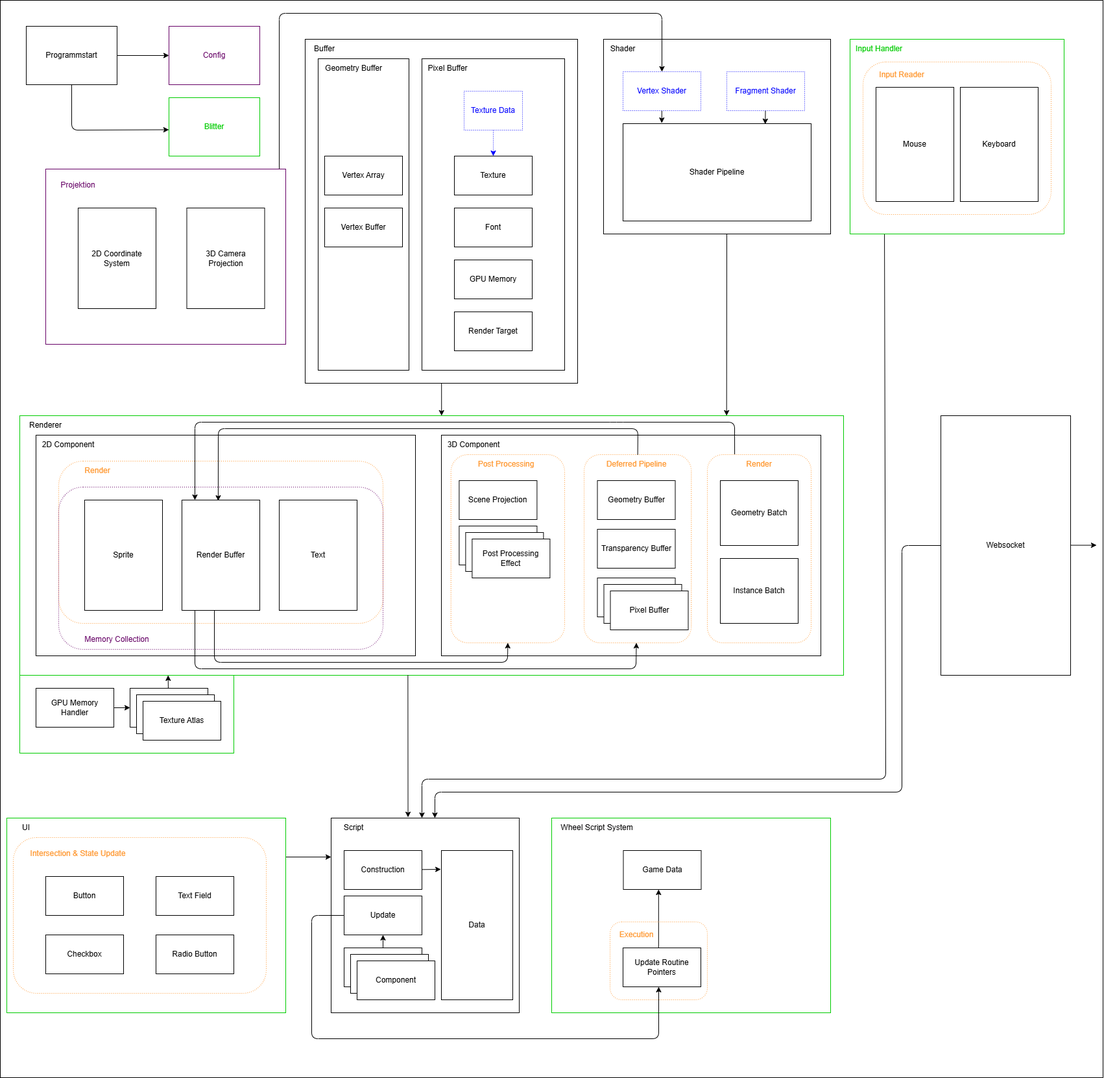
ptxcy/SOSE25-Projekt keeps this draw.io diagram as client/Dataflow.png. Above is the earlier version. Source tidied: cells renumbered, new cells last; positions are measured from the earlier drawing's top-left corner, leaving out a move shared by most shapes.
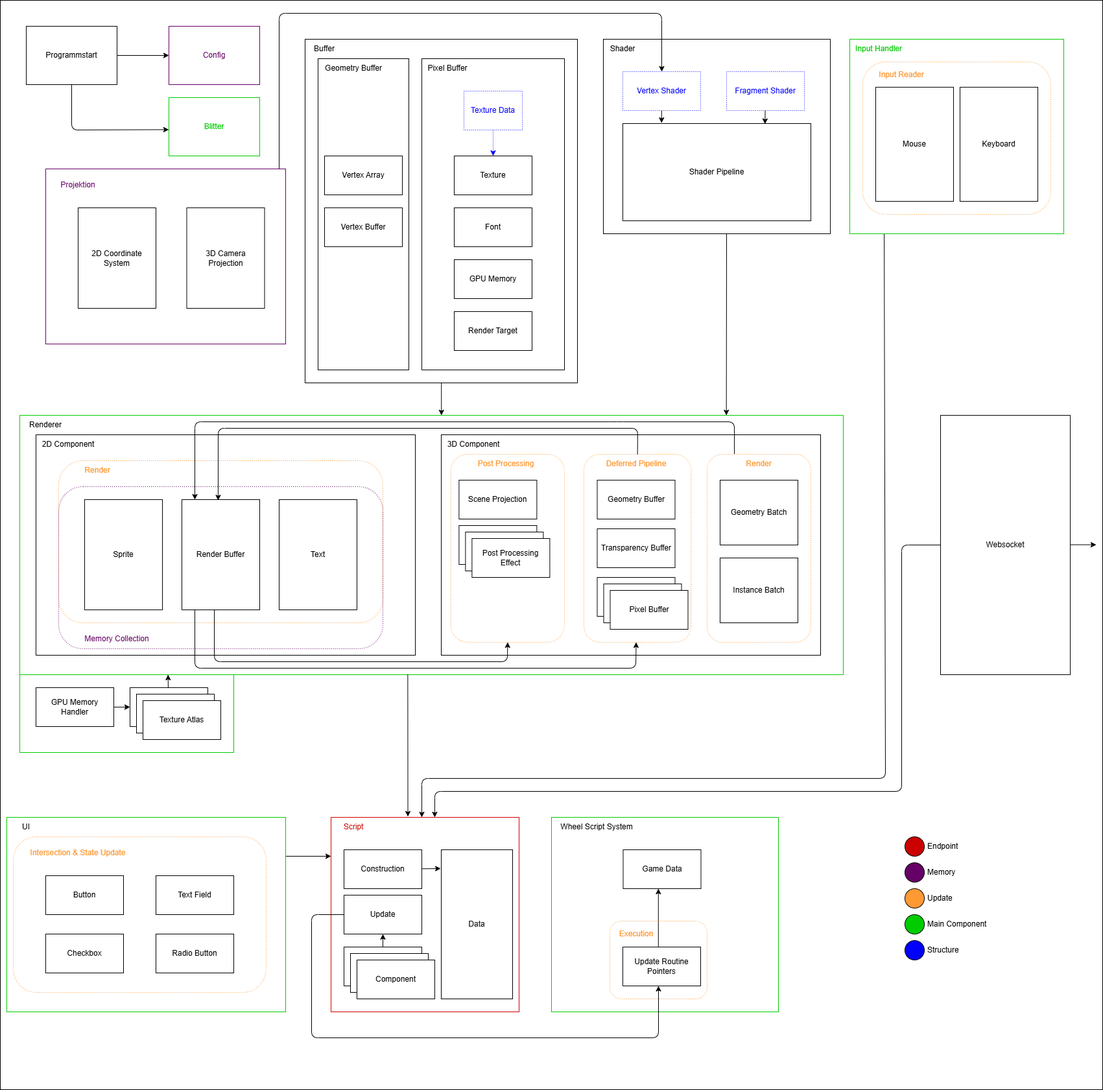
The same diagram one commit later.

The edit, as a diff of the source:
```diff
@@ -2,9 +2,9 @@
   <root>
     <mxCell id="0" />
     <mxCell id="1" parent="0" />
-    <mxCell id="2" style="rounded=0;whiteSpace=wrap;html=1;" parent="1" vertex="1">
-      <mxGeometry width="1700" height="1660" as="geometry" />
-    </mxCell>
+    <mxCell id="115" style="rounded=0;whiteSpace=wrap;html=1;" parent="1" vertex="1">
+      <mxGeometry width="1700" height="1680" as="geometry" />
+    </mxCell>
     <mxCell id="3" style="rounded=0;whiteSpace=wrap;html=1;strokeColor=#00CC00;" parent="1" vertex="1">
       <mxGeometry x="30" y="640" width="1270" height="400" as="geometry" />
     </mxCell>
@@ -181,7 +181,7 @@
       <mxGeometry x="10" y="1260" width="60" height="30" as="geometry" />
     </mxCell>
     <mxCell id="56" style="rounded=0;whiteSpace=wrap;html=1;strokeColor=#00CC00;" parent="1" vertex="1">
-      <mxGeometry x="850" y="1260" width="430" height="300" as="geometry" />
+      <mxGeometry x="850" y="1260" width="350" height="300" as="geometry" />
     </mxCell>
     <mxCell id="57" value="Wheel Script System" style="text;html=1;align=center;verticalAlign=middle;whiteSpace=wrap;rounded=0;" parent="1" vertex="1">
       <mxGeometry x="850" y="1260" width="140" height="30" as="geometry" />
@@ -201,10 +201,10 @@
     <mxCell id="62" value="&lt;font style=&quot;color: rgb(255, 153, 51);&quot;&gt;Intersection &amp;amp; State Update&lt;/font&gt;" style="text;html=1;align=center;verticalAlign=middle;whiteSpace=wrap;rounded=0;" parent="1" vertex="1">
       <mxGeometry x="45" y="1300" width="150" height="30" as="geometry" />
     </mxCell>
-    <mxCell id="63" style="rounded=0;whiteSpace=wrap;html=1;" parent="1" vertex="1">
+    <mxCell id="63" style="rounded=0;whiteSpace=wrap;html=1;strokeColor=#CC0000;" parent="1" vertex="1">
       <mxGeometry x="510" y="1260" width="290" height="300" as="geometry" />
     </mxCell>
-    <mxCell id="64" value="Script" style="text;html=1;align=center;verticalAlign=middle;whiteSpace=wrap;rounded=0;" parent="1" vertex="1">
+    <mxCell id="64" value="&lt;font style=&quot;color: rgb(204, 0, 0);&quot;&gt;Script&lt;/font&gt;" style="text;html=1;align=center;verticalAlign=middle;whiteSpace=wrap;rounded=0;" parent="1" vertex="1">
       <mxGeometry x="510" y="1260" width="70" height="30" as="geometry" />
     </mxCell>
     <mxCell id="65" style="edgeStyle=none;html=1;entryX=-0.008;entryY=0.126;entryDx=0;entryDy=0;entryPerimeter=0;" parent="1" edge="1" source="66" target="71">
@@ -411,5 +411,35 @@
     <mxCell id="114" style="endArrow=classic;html=1;entryX=0.693;entryY=0;entryDx=0;entryDy=0;entryPerimeter=0;exitX=0.491;exitY=-0.007;exitDx=0;exitDy=0;exitPerimeter=0;" parent="1" edge="1" source="111" target="108">
       <mxGeometry relative="1" as="geometry" />
     </mxCell>
+    <mxCell id="116" style="ellipse;whiteSpace=wrap;html=1;fillColor=#CC0000;" parent="1" vertex="1">
+      <mxGeometry x="1395" y="1290" width="30" height="30" as="geometry" />
+    </mxCell>
+    <mxCell id="117" style="ellipse;whiteSpace=wrap;html=1;fillColor=#660066;" parent="1" vertex="1">
+      <mxGeometry x="1395" y="1330" width="30" height="30" as="geometry" />
+    </mxCell>
+    <mxCell id="118" style="ellipse;whiteSpace=wrap;html=1;fillColor=#FF9933;" parent="1" vertex="1">
+      <mxGeometry x="1395" y="1370" width="30" height="30" as="geometry" />
+    </mxCell>
+    <mxCell id="119" style="ellipse;whiteSpace=wrap;html=1;fillColor=#00CC00;" parent="1" vertex="1">
+      <mxGeometry x="1395" y="1410" width="30" height="30" as="geometry" />
+    </mxCell>
+    <mxCell id="120" value="Endpoint" style="text;html=1;align=left;verticalAlign=middle;whiteSpace=wrap;rounded=0;" parent="1" vertex="1">
+      <mxGeometry x="1428" y="1290" width="60" height="30" as="geometry" />
+    </mxCell>
+    <mxCell id="121" value="Update" style="text;html=1;align=left;verticalAlign=middle;whiteSpace=wrap;rounded=0;" parent="1" vertex="1">
+      <mxGeometry x="1428" y="1370" width="60" height="30" as="geometry" />
+    </mxCell>
+    <mxCell id="122" value="Main Component" style="text;html=1;align=left;verticalAlign=middle;whiteSpace=wrap;rounded=0;" parent="1" vertex="1">
+      <mxGeometry x="1428" y="1410" width="105" height="30" as="geometry" />
+    </mxCell>
+    <mxCell id="123" value="Memory" style="text;html=1;align=left;verticalAlign=middle;whiteSpace=wrap;rounded=0;" parent="1" vertex="1">
+      <mxGeometry x="1428" y="1330" width="60" height="30" as="geometry" />
+    </mxCell>
+    <mxCell id="124" style="ellipse;whiteSpace=wrap;html=1;fillColor=#0000FF;" parent="1" vertex="1">
+      <mxGeometry x="1395" y="1450" width="30" height="30" as="geometry" />
+    </mxCell>
+    <mxCell id="125" value="Structure" style="text;html=1;align=left;verticalAlign=middle;whiteSpace=wrap;rounded=0;" parent="1" vertex="1">
+      <mxGeometry x="1428" y="1447.5" width="60" height="35" as="geometry" />
+    </mxCell>
   </root>
 </mxGraphModel>
```
